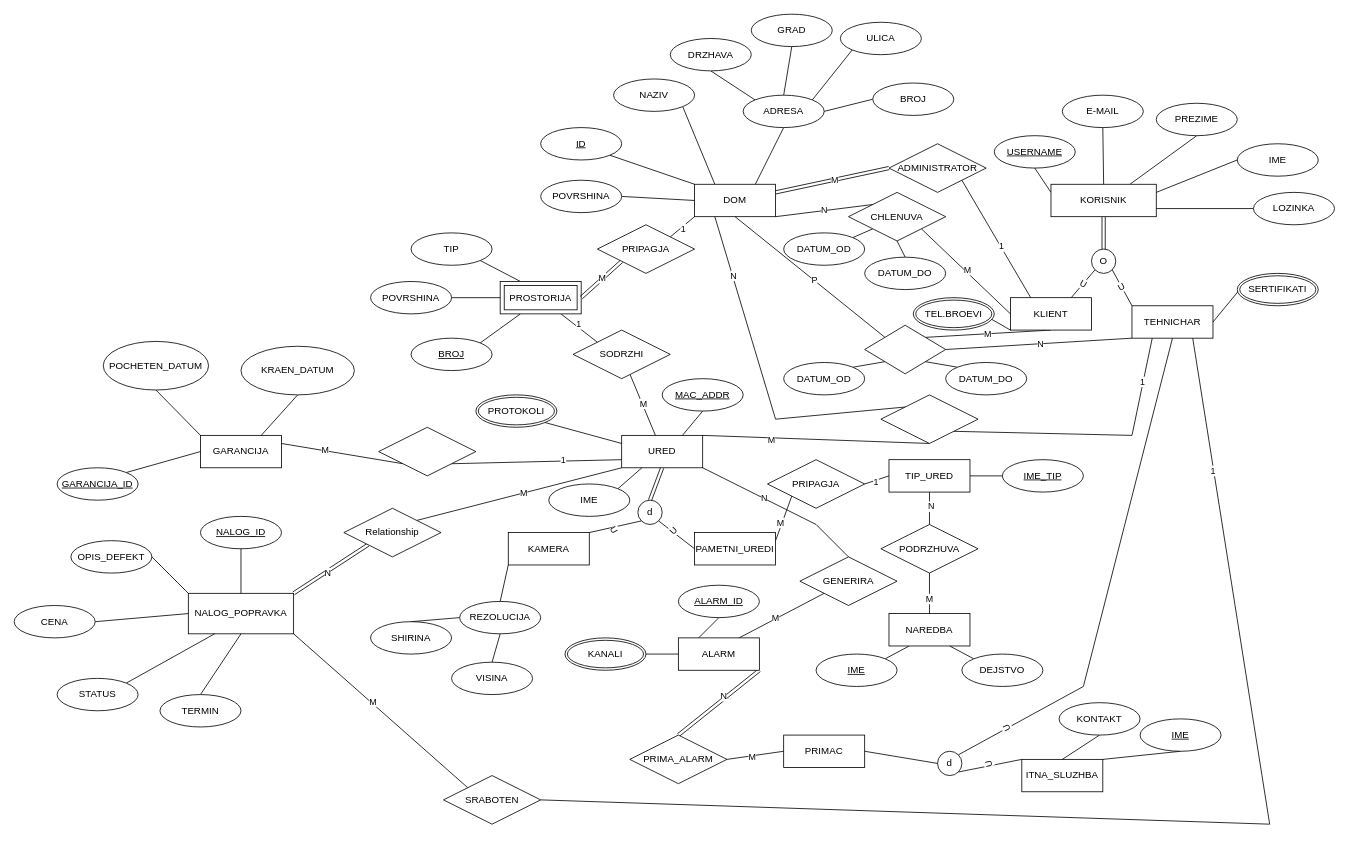
The draw.io diagram lab1.drawio in loramarku9/BAZInaPODATOCI, before the edit. Source tidied: cells renumbered, new cells numbered last; positions are measured from the earlier drawing's top-left corner, leaving out a move shared by most shapes. Both pictures are drawn from the tidied source at 81%, with x=0, y=0 at pixel (14, 14).
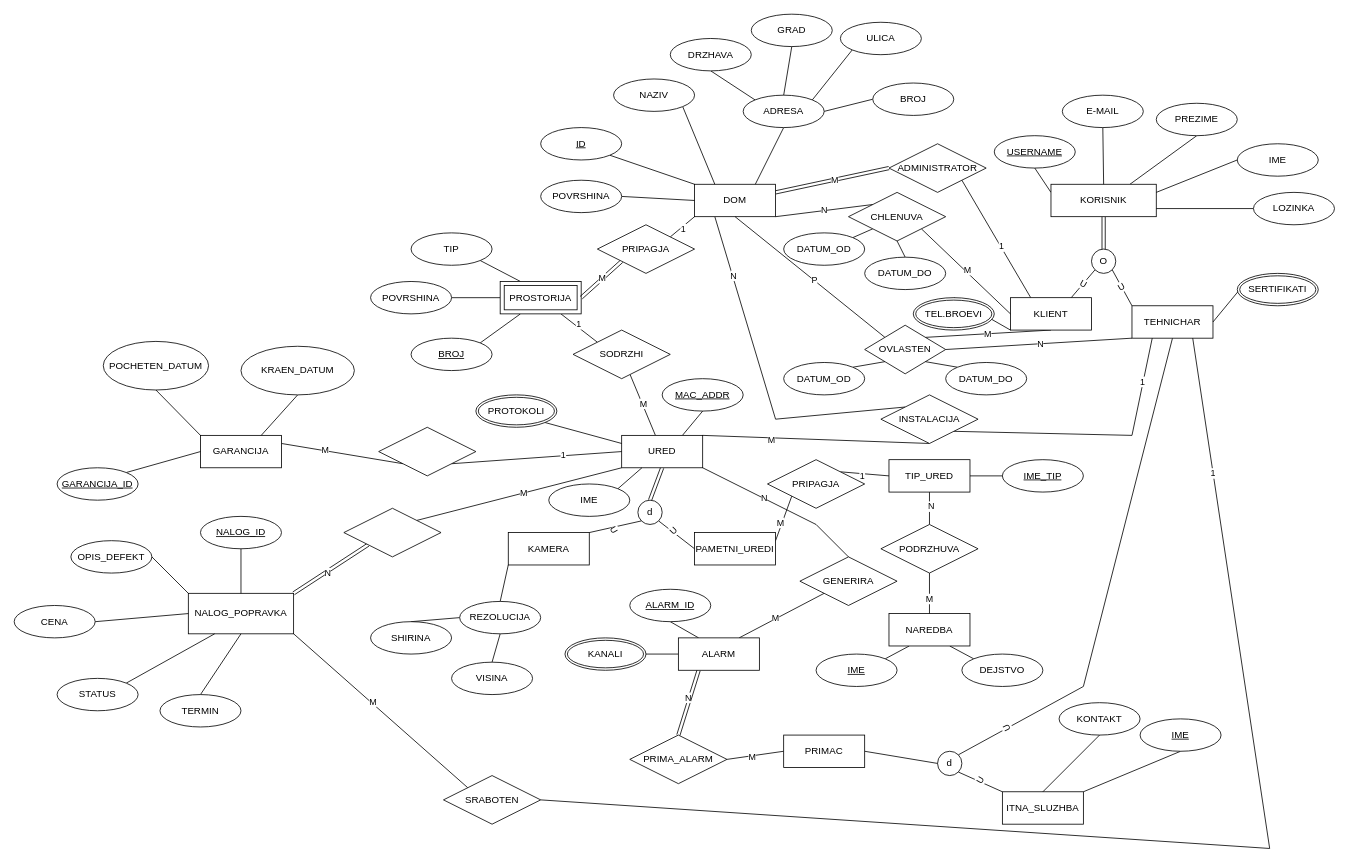
Above is the later version.

The change refers to these unchanged cells:
```xml
<mxCell id="28" value="TEHNICHAR" style="whiteSpace=wrap;html=1;align=center;" parent="1" vertex="1">
  <mxGeometry x="1380" y="360" width="100" height="40" as="geometry" />
</mxCell>
<mxCell id="83" value="URED" style="whiteSpace=wrap;html=1;align=center;" parent="1" vertex="1">
  <mxGeometry x="750" y="520" width="100" height="40" as="geometry" />
</mxCell>
<mxCell id="106" value="TIP_URED" style="whiteSpace=wrap;html=1;align=center;" parent="1" vertex="1">
  <mxGeometry x="1080" y="550" width="100" height="40" as="geometry" />
</mxCell>
<mxCell id="109" value="PRIPAGJA" style="shape=rhombus;perimeter=rhombusPerimeter;whiteSpace=wrap;html=1;align=center;" parent="1" vertex="1">
  <mxGeometry x="930" y="550" width="120" height="60" as="geometry" />
</mxCell>
<mxCell id="126" value="ALARM" style="whiteSpace=wrap;html=1;align=center;" parent="1" vertex="1">
  <mxGeometry x="820" y="770" width="100" height="40" as="geometry" />
</mxCell>
<mxCell id="131" value="PRIMA_ALARM" style="shape=rhombus;perimeter=rhombusPerimeter;whiteSpace=wrap;html=1;align=center;" parent="1" vertex="1">
  <mxGeometry x="760" y="890" width="120" height="60" as="geometry" />
</mxCell>
<mxCell id="132" style="edgeStyle=none;shape=connector;rounded=0;jettySize=auto;html=1;exitX=1;exitY=1;exitDx=0;exitDy=0;entryX=0;entryY=0;entryDx=0;entryDy=0;strokeColor=default;align=center;verticalAlign=middle;fontFamily=Helvetica;fontSize=11;fontColor=default;labelBackgroundColor=default;defaultLabelBackgroundColor=page;endArrow=none;endFill=0;" parent="1" edge="1" source="134" target="135">
  <mxGeometry relative="1" as="geometry" />
</mxCell>
<mxCell id="163" style="shape=rhombus;perimeter=rhombusPerimeter;whiteSpace=wrap;html=1;align=center;" parent="1" vertex="1">
  <mxGeometry x="450" y="510" width="120" height="60" as="geometry" />
</mxCell>
<mxCell id="183" value="SRABOTEN" style="shape=rhombus;perimeter=rhombusPerimeter;whiteSpace=wrap;html=1;align=center;" parent="1" vertex="1">
  <mxGeometry x="530" y="940" width="120" height="60" as="geometry" />
</mxCell>
```

The edit, as a diff of the source:
```diff
@@
-    <mxCell id="107" style="edgeStyle=none;shape=connector;rounded=0;jettySize=auto;html=1;exitX=1;exitY=0.5;exitDx=0;exitDy=0;entryX=0;entryY=0.5;entryDx=0;entryDy=0;strokeColor=default;align=center;verticalAlign=middle;fontFamily=Helvetica;fontSize=11;fontColor=default;labelBackgroundColor=default;defaultLabelBackgroundColor=page;endArrow=none;endFill=0;" parent="1" edge="1" source="109" target="106">
+    <mxCell id="107" style="edgeStyle=none;shape=connector;rounded=0;jettySize=auto;html=1;exitX=1;exitY=0;exitDx=0;exitDy=0;entryX=0;entryY=0.5;entryDx=0;entryDy=0;strokeColor=default;align=center;verticalAlign=middle;fontFamily=Helvetica;fontSize=11;fontColor=default;labelBackgroundColor=default;defaultLabelBackgroundColor=page;endArrow=none;endFill=0;" parent="1" edge="1" source="109" target="106">
       <mxGeometry relative="1" as="geometry" />
     </mxCell>
@@
-    <mxCell id="124" style="edgeStyle=none;shape=link;rounded=0;jettySize=auto;html=1;exitX=1;exitY=1;exitDx=0;exitDy=0;entryX=0.5;entryY=0;entryDx=0;entryDy=0;strokeColor=default;align=center;verticalAlign=middle;fontFamily=Helvetica;fontSize=11;fontColor=default;labelBackgroundColor=default;defaultLabelBackgroundColor=page;endArrow=none;endFill=0;" parent="1" edge="1" source="126" target="131">
+    <mxCell id="124" style="edgeStyle=none;shape=link;rounded=0;jettySize=auto;html=1;exitX=0.25;exitY=1;exitDx=0;exitDy=0;entryX=0.5;entryY=0;entryDx=0;entryDy=0;strokeColor=default;align=center;verticalAlign=middle;fontFamily=Helvetica;fontSize=11;fontColor=default;labelBackgroundColor=default;defaultLabelBackgroundColor=page;endArrow=none;endFill=0;" parent="1" edge="1" source="126" target="131">
       <mxGeometry relative="1" as="geometry" />
     </mxCell>
@@
     <mxCell id="128" value="&lt;u&gt;ALARM_ID&lt;/u&gt;" style="ellipse;whiteSpace=wrap;html=1;align=center;" parent="1" vertex="1">
-      <mxGeometry x="820" y="705" width="100" height="40" as="geometry" />
+      <mxGeometry x="760" y="710" width="100" height="40" as="geometry" />
     </mxCell>
@@
-    <mxCell id="133" value="U" style="edgeLabel;html=1;align=center;verticalAlign=middle;inheritText=1;defaultLabelBackgroundColor=page;rotation=-105;" parent="132" vertex="1">
+    <mxCell id="133" value="U" style="edgeLabel;html=1;align=center;verticalAlign=middle;inheritText=1;defaultLabelBackgroundColor=page;rotation=-60;" parent="132" vertex="1">
       <mxGeometry x="-0.03" y="1" relative="1" as="geometry" />
     </mxCell>
@@
     <mxCell id="135" value="ITNA_SLUZHBA" style="whiteSpace=wrap;html=1;align=center;" parent="1" vertex="1">
-      <mxGeometry x="1244" y="920" width="100" height="40" as="geometry" />
+      <mxGeometry x="1220" y="960" width="100" height="40" as="geometry" />
     </mxCell>
@@
-    <mxCell id="144" style="shape=rhombus;perimeter=rhombusPerimeter;whiteSpace=wrap;html=1;align=center;" parent="1" vertex="1">
+    <mxCell id="144" value="OVLASTEN" style="shape=rhombus;perimeter=rhombusPerimeter;whiteSpace=wrap;html=1;align=center;" parent="1" vertex="1">
       <mxGeometry x="1050" y="384" width="100" height="60" as="geometry" />
     </mxCell>
@@
-    <mxCell id="151" style="shape=rhombus;perimeter=rhombusPerimeter;whiteSpace=wrap;html=1;align=center;" parent="1" vertex="1">
+    <mxCell id="151" value="INSTALACIJA" style="shape=rhombus;perimeter=rhombusPerimeter;whiteSpace=wrap;html=1;align=center;" parent="1" vertex="1">
       <mxGeometry x="1070" y="470" width="120" height="60" as="geometry" />
     </mxCell>
@@
-    <mxCell id="161" style="edgeStyle=none;shape=connector;rounded=0;jettySize=auto;html=1;exitX=1;exitY=1;exitDx=0;exitDy=0;entryX=0;entryY=0.75;entryDx=0;entryDy=0;strokeColor=default;align=center;verticalAlign=middle;fontFamily=Helvetica;fontSize=11;fontColor=default;labelBackgroundColor=default;defaultLabelBackgroundColor=page;endArrow=none;endFill=0;" parent="1" edge="1" source="163" target="83">
+    <mxCell id="161" style="edgeStyle=none;shape=connector;rounded=0;jettySize=auto;html=1;exitX=1;exitY=1;exitDx=0;exitDy=0;entryX=0;entryY=0.5;entryDx=0;entryDy=0;strokeColor=default;align=center;verticalAlign=middle;fontFamily=Helvetica;fontSize=11;fontColor=default;labelBackgroundColor=default;defaultLabelBackgroundColor=page;endArrow=none;endFill=0;" parent="1" edge="1" source="163" target="83">
       <mxGeometry relative="1" as="geometry" />
     </mxCell>
@@
-    <mxCell id="180" value="Relationship" style="shape=rhombus;perimeter=rhombusPerimeter;whiteSpace=wrap;html=1;align=center;" parent="1" vertex="1">
+    <mxCell id="180" style="shape=rhombus;perimeter=rhombusPerimeter;whiteSpace=wrap;html=1;align=center;" parent="1" vertex="1">
       <mxGeometry x="407" y="610" width="120" height="60" as="geometry" />
     </mxCell>
     <mxCell id="181" style="edgeStyle=none;shape=connector;rounded=0;jettySize=auto;html=1;exitX=1;exitY=0.5;exitDx=0;exitDy=0;entryX=0.75;entryY=1;entryDx=0;entryDy=0;strokeColor=default;align=center;verticalAlign=middle;fontFamily=Helvetica;fontSize=11;fontColor=default;labelBackgroundColor=default;defaultLabelBackgroundColor=page;endArrow=none;endFill=0;" parent="1" edge="1" source="183" target="28">
       <mxGeometry relative="1" as="geometry">
         <Array as="points">
-          <mxPoint x="1550" y="1000" />
+          <mxPoint x="1550" y="1030" />
         </Array>
       </mxGeometry>
     </mxCell>
```
